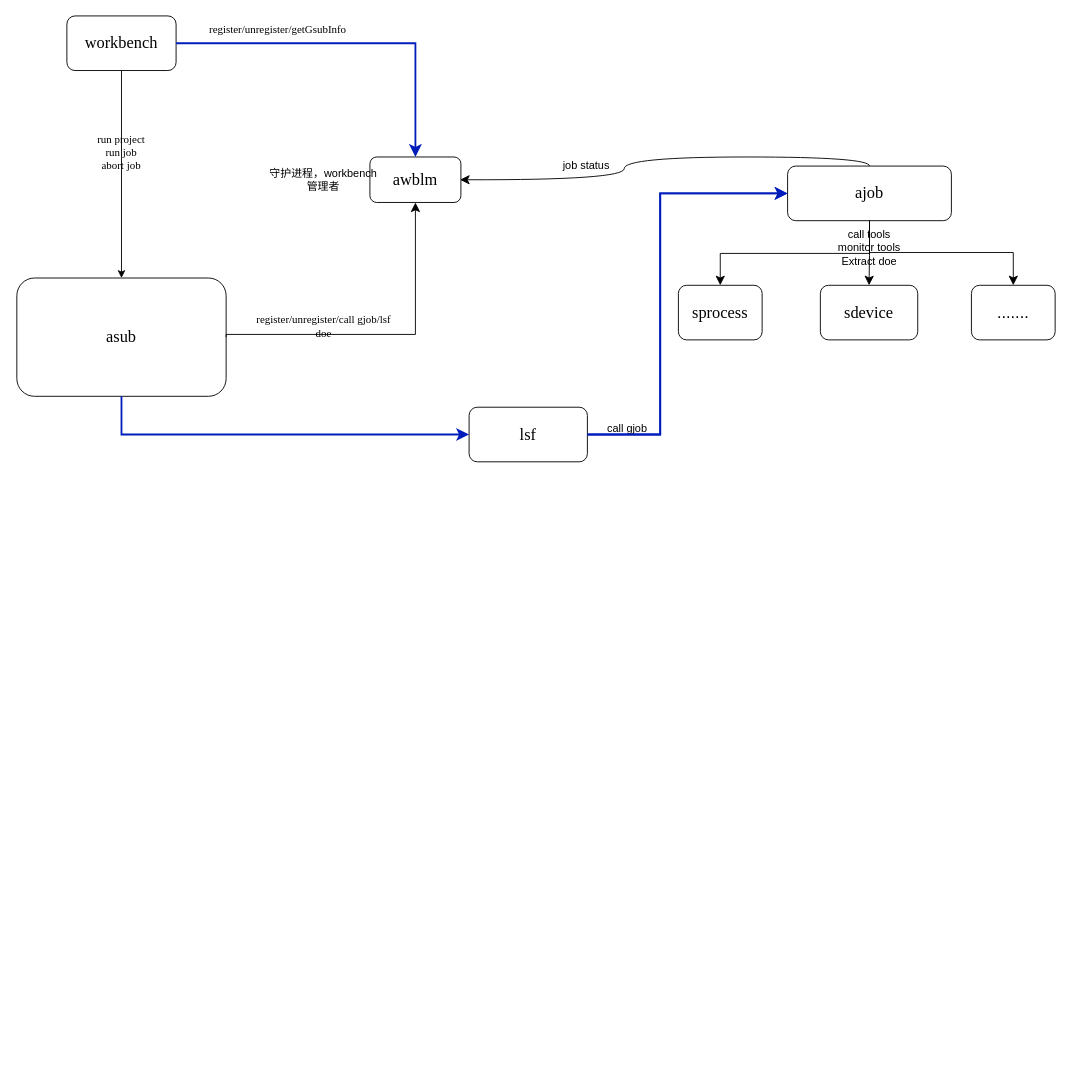
The draw.io diagram scheduler_framework.drawio in huijian2019/wb-tool, before the edit. Source tidied: cells renumbered, new cells numbered last; positions are measured from the earlier drawing's top-left corner, leaving out a move shared by most shapes. Both pictures are drawn from the tidied source at 91%, with x=0, y=0 at pixel (16, 15).
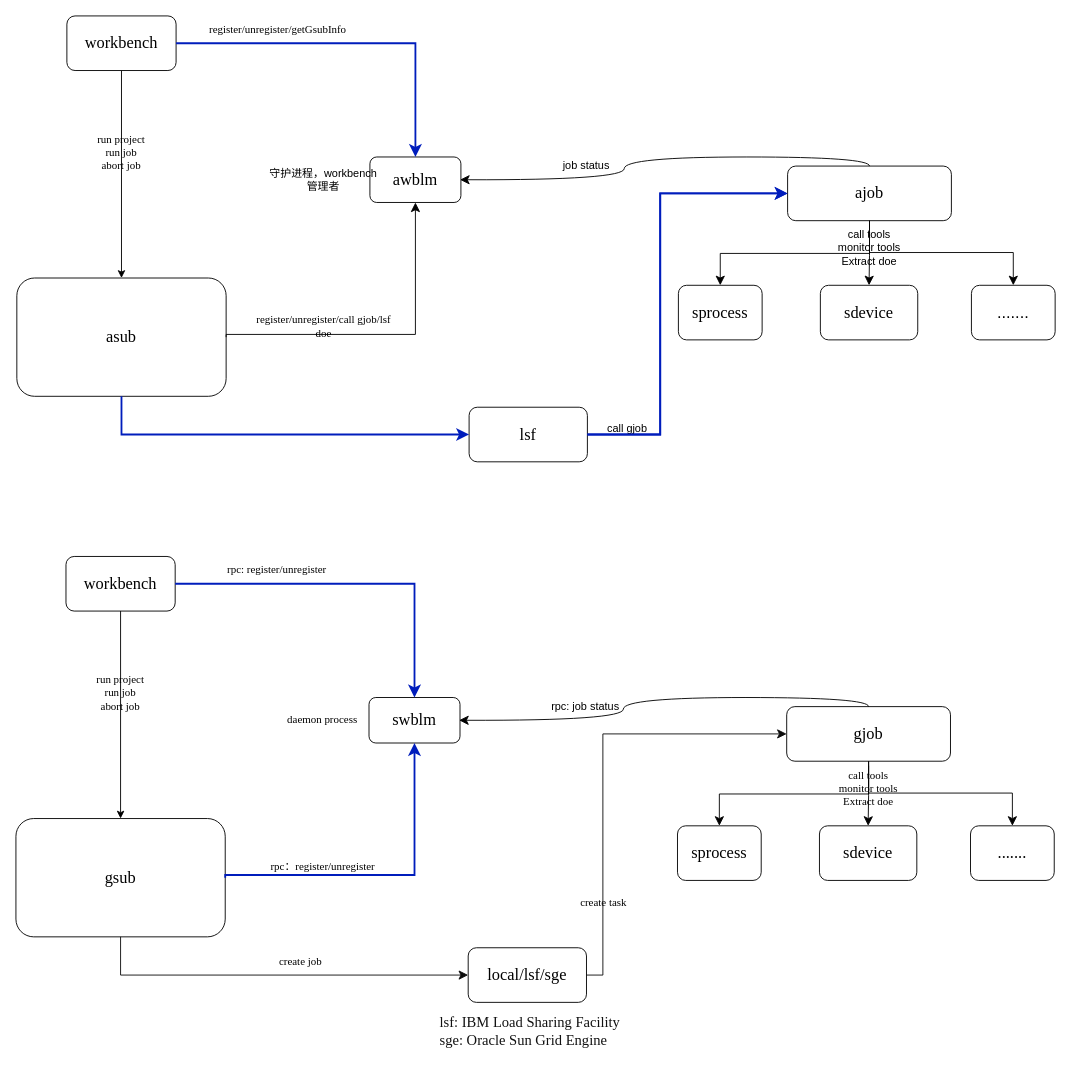
The same diagram, later.

The edit, as a diff of the source:
```diff
@@
+    <mxCell id="29" style="edgeStyle=orthogonalEdgeStyle;rounded=0;jettySize=auto;html=1;exitX=0.5;exitY=1;exitDx=0;exitDy=0;entryX=0.5;entryY=0;entryDx=0;entryDy=0;" parent="1" edge="1" source="30" target="31">
+      <mxGeometry relative="1" as="geometry" />
+    </mxCell>
+    <mxCell id="30" value="&lt;font face=&quot;Times New Roman&quot; style=&quot;font-size: 18px;&quot;&gt;workbench&lt;/font&gt;" style="rounded=1;whiteSpace=wrap;html=1;" parent="1" vertex="1">
+      <mxGeometry x="54" y="594" width="120" height="60" as="geometry" />
+    </mxCell>
+    <mxCell id="31" value="&lt;font face=&quot;Times New Roman&quot; style=&quot;font-size: 18px;&quot;&gt;gsub&lt;/font&gt;" style="rounded=1;whiteSpace=wrap;html=1;" parent="1" vertex="1">
+      <mxGeometry x="-1" y="882" width="230" height="130" as="geometry" />
+    </mxCell>
+    <mxCell id="32" value="&lt;font face=&quot;Times New Roman&quot; style=&quot;font-size: 18px;&quot;&gt;local/lsf/sge&lt;/font&gt;" style="rounded=1;whiteSpace=wrap;html=1;" parent="1" vertex="1">
+      <mxGeometry x="496" y="1024" width="130" height="60" as="geometry" />
+    </mxCell>
+    <mxCell id="33" value="&lt;font face=&quot;Times New Roman&quot; style=&quot;font-size: 18px;&quot;&gt;swblm&lt;/font&gt;" style="rounded=1;whiteSpace=wrap;html=1;" parent="1" vertex="1">
+      <mxGeometry x="387" y="749" width="100" height="50" as="geometry" />
+    </mxCell>
+    <mxCell id="34" style="edgeStyle=orthogonalEdgeStyle;rounded=0;orthogonalLoop=1;jettySize=auto;html=1;exitX=0.5;exitY=1;exitDx=0;exitDy=0;" parent="1" edge="1">
+      <mxGeometry relative="1" as="geometry">
+        <mxPoint x="204" y="889" as="sourcePoint" />
+        <mxPoint x="204" y="889" as="targetPoint" />
+      </mxGeometry>
+    </mxCell>
+    <mxCell id="35" value="&lt;font face=&quot;Times New Roman&quot;&gt;daemon process&lt;/font&gt;" style="text;strokeColor=none;align=center;fillColor=none;html=1;verticalAlign=middle;whiteSpace=wrap;rounded=0;" parent="1" vertex="1">
+      <mxGeometry x="271" y="759" width="130" height="30" as="geometry" />
+    </mxCell>
+    <mxCell id="36" value="&lt;font face=&quot;Times New Roman&quot;&gt;rpc: register/unregister&lt;/font&gt;" style="text;strokeColor=none;align=center;fillColor=none;html=1;verticalAlign=middle;whiteSpace=wrap;rounded=0;" parent="1" vertex="1">
+      <mxGeometry x="195" y="594" width="182" height="30" as="geometry" />
+    </mxCell>
+    <mxCell id="37" style="edgeStyle=elbowEdgeStyle;elbow=horizontal;endArrow=classic;html=1;curved=0;rounded=0;endSize=8;startSize=8;exitX=1;exitY=0.5;exitDx=0;exitDy=0;strokeColor=#001DBC;strokeWidth=2;entryX=0.5;entryY=0;entryDx=0;entryDy=0;fillColor=#0050ef;" parent="1" edge="1" source="30" target="33">
+      <mxGeometry relative="1" as="geometry">
+        <Array as="points">
+          <mxPoint x="437" y="684" />
+        </Array>
+      </mxGeometry>
+    </mxCell>
+    <mxCell id="38" value="&lt;font face=&quot;Times New Roman&quot;&gt;rpc：register/unregister&lt;br&gt;&lt;/font&gt;" style="text;strokeColor=none;align=center;fillColor=none;html=1;verticalAlign=middle;whiteSpace=wrap;rounded=0;" parent="1" vertex="1">
+      <mxGeometry x="228.5" y="920" width="215" height="30" as="geometry" />
+    </mxCell>
+    <mxCell id="39" style="edgeStyle=elbowEdgeStyle;elbow=vertical;endArrow=classic;html=1;curved=0;rounded=0;endSize=8;startSize=8;exitX=1;exitY=0.5;exitDx=0;exitDy=0;entryX=0.5;entryY=1;entryDx=0;entryDy=0;fillColor=#0050ef;strokeColor=#001DBC;strokeWidth=2;" parent="1" edge="1" source="31" target="33">
+      <mxGeometry relative="1" as="geometry">
+        <Array as="points">
+          <mxPoint x="337" y="944" />
+        </Array>
+      </mxGeometry>
+    </mxCell>
+    <mxCell id="40" style="edgeStyle=elbowEdgeStyle;elbow=horizontal;endArrow=classic;html=1;curved=0;rounded=0;endSize=8;startSize=8;exitX=0.5;exitY=1;exitDx=0;exitDy=0;strokeColor=#0d0d0d;strokeWidth=1;entryX=0;entryY=0.5;entryDx=0;entryDy=0;fillColor=#0050ef;" parent="1" edge="1" source="31" target="32">
+      <mxGeometry relative="1" as="geometry">
+        <Array as="points">
+          <mxPoint x="114" y="1054" />
+        </Array>
+      </mxGeometry>
+    </mxCell>
+    <mxCell id="41" value="&lt;font face=&quot;Times New Roman&quot; style=&quot;font-size: 18px;&quot;&gt;gjob&lt;/font&gt;" style="rounded=1;whiteSpace=wrap;html=1;" parent="1" vertex="1">
+      <mxGeometry x="846" y="759" width="180" height="60" as="geometry" />
+    </mxCell>
+    <mxCell id="42" value="&lt;span style=&quot;font-size: 18px;&quot;&gt;&lt;font face=&quot;Times New Roman&quot;&gt;sprocess&lt;/font&gt;&lt;/span&gt;" style="rounded=1;whiteSpace=wrap;html=1;" parent="1" vertex="1">
+      <mxGeometry x="726" y="890" width="92" height="60" as="geometry" />
+    </mxCell>
+    <mxCell id="43" value="&lt;span style=&quot;font-size: 18px;&quot;&gt;&lt;font face=&quot;Times New Roman&quot;&gt;sdevice&lt;/font&gt;&lt;/span&gt;" style="rounded=1;whiteSpace=wrap;html=1;" parent="1" vertex="1">
+      <mxGeometry x="882" y="890" width="107" height="60" as="geometry" />
+    </mxCell>
+    <mxCell id="44" value="&lt;span style=&quot;font-size: 18px;&quot;&gt;&lt;font face=&quot;Times New Roman&quot;&gt;.......&lt;/font&gt;&lt;/span&gt;" style="rounded=1;whiteSpace=wrap;html=1;" parent="1" vertex="1">
+      <mxGeometry x="1048" y="890" width="92" height="60" as="geometry" />
+    </mxCell>
+    <mxCell id="45" style="edgeStyle=orthogonalEdgeStyle;rounded=0;orthogonalLoop=1;jettySize=auto;html=1;exitX=0.5;exitY=1;exitDx=0;exitDy=0;" parent="1" edge="1">
+      <mxGeometry relative="1" as="geometry">
+        <mxPoint x="1023" y="749" as="sourcePoint" />
+        <mxPoint x="1023" y="749" as="targetPoint" />
+      </mxGeometry>
+    </mxCell>
+    <mxCell id="46" value="&lt;font face=&quot;Times New Roman&quot;&gt;call tools&lt;br&gt;monitor tools&lt;br&gt;Extract doe&lt;/font&gt;" style="text;strokeColor=none;align=center;fillColor=none;html=1;verticalAlign=middle;whiteSpace=wrap;rounded=0;" parent="1" vertex="1">
+      <mxGeometry x="821" y="834" width="230" height="30" as="geometry" />
+    </mxCell>
+    <mxCell id="47" style="edgeStyle=elbowEdgeStyle;elbow=vertical;endArrow=classic;html=1;curved=0;rounded=0;endSize=8;startSize=8;exitX=0.5;exitY=1;exitDx=0;exitDy=0;entryX=0.5;entryY=0;entryDx=0;entryDy=0;" parent="1" edge="1" source="41" target="42">
+      <mxGeometry relative="1" as="geometry" />
+    </mxCell>
+    <mxCell id="48" style="edgeStyle=elbowEdgeStyle;elbow=vertical;endArrow=classic;html=1;curved=0;rounded=0;endSize=8;startSize=8;entryX=0.5;entryY=0;entryDx=0;entryDy=0;" parent="1" edge="1" target="43">
+      <mxGeometry relative="1" as="geometry">
+        <mxPoint x="936" y="824" as="sourcePoint" />
+      </mxGeometry>
+    </mxCell>
+    <mxCell id="49" style="edgeStyle=elbowEdgeStyle;elbow=vertical;endArrow=classic;html=1;curved=0;rounded=0;endSize=8;startSize=8;entryX=0.5;entryY=0;entryDx=0;entryDy=0;exitX=0.5;exitY=1;exitDx=0;exitDy=0;" parent="1" edge="1" source="41" target="44">
+      <mxGeometry relative="1" as="geometry">
+        <Array as="points">
+          <mxPoint x="1016" y="854" />
+        </Array>
+      </mxGeometry>
+    </mxCell>
+    <mxCell id="50" style="edgeStyle=orthogonalEdgeStyle;endArrow=classic;html=1;rounded=0;endSize=8;startSize=8;exitX=0.5;exitY=0;exitDx=0;exitDy=0;entryX=1;entryY=0.5;entryDx=0;entryDy=0;curved=1;" parent="1" edge="1" source="41">
+      <mxGeometry relative="1" as="geometry">
+        <mxPoint x="486" y="774" as="targetPoint" />
+      </mxGeometry>
+    </mxCell>
+    <mxCell id="51" value="rpc: job status" style="text;strokeColor=none;align=center;fillColor=none;html=1;verticalAlign=middle;whiteSpace=wrap;rounded=0;" parent="1" vertex="1">
+      <mxGeometry x="560" y="744" width="130" height="30" as="geometry" />
+    </mxCell>
+    <mxCell id="52" value="&lt;font face=&quot;Times New Roman&quot;&gt;run project&lt;br&gt;run job&lt;br&gt;abort job&lt;br&gt;&lt;/font&gt;" style="text;strokeColor=none;align=center;fillColor=none;html=1;verticalAlign=middle;whiteSpace=wrap;rounded=0;" parent="1" vertex="1">
+      <mxGeometry x="23" y="729" width="182" height="30" as="geometry" />
+    </mxCell>
+    <mxCell id="53" style="edgeStyle=elbowEdgeStyle;elbow=horizontal;endArrow=classic;html=1;curved=0;rounded=0;endSize=8;startSize=8;exitX=1;exitY=0.5;exitDx=0;exitDy=0;strokeColor=#0d0d0d;strokeWidth=1;entryX=0;entryY=0.5;entryDx=0;entryDy=0;fillColor=#0050ef;" parent="1" edge="1" source="32" target="41">
+      <mxGeometry relative="1" as="geometry">
+        <Array as="points">
+          <mxPoint x="644" y="1062" />
+        </Array>
+      </mxGeometry>
+    </mxCell>
+    <mxCell id="54" value="&lt;span style=&quot;orphans: 2; text-align: start; text-indent: 0px; widows: 2; background-color: rgb(255, 255, 255); text-decoration-thickness: initial; text-decoration-style: initial; text-decoration-color: initial; float: none; display: inline !important;&quot;&gt;&lt;font style=&quot;&quot; face=&quot;Times New Roman&quot;&gt;&lt;font size=&quot;3&quot; color=&quot;#121212&quot;&gt;lsf: IBM Load Sharing Facility&lt;/font&gt;&lt;br&gt;&lt;font size=&quot;3&quot; color=&quot;#121212&quot;&gt;sge: Oracle&amp;nbsp;Sun Grid Engine&lt;/font&gt;&lt;br&gt;&lt;/font&gt;&lt;/span&gt;" style="text;whiteSpace=wrap;html=1;" parent="1" vertex="1">
+      <mxGeometry x="463" y="1090" width="264" height="50" as="geometry" />
+    </mxCell>
+    <mxCell id="55" value="&lt;font face=&quot;Times New Roman&quot;&gt;create job&lt;/font&gt;" style="text;strokeColor=none;align=center;fillColor=none;html=1;verticalAlign=middle;whiteSpace=wrap;rounded=0;" parent="1" vertex="1">
+      <mxGeometry x="247" y="1024" width="130" height="30" as="geometry" />
+    </mxCell>
+    <mxCell id="56" value="&lt;font face=&quot;Times New Roman&quot;&gt;create task&lt;/font&gt;" style="text;strokeColor=none;align=center;fillColor=none;html=1;verticalAlign=middle;whiteSpace=wrap;rounded=0;" parent="1" vertex="1">
+      <mxGeometry x="580" y="960" width="130" height="30" as="geometry" />
+    </mxCell>
```
